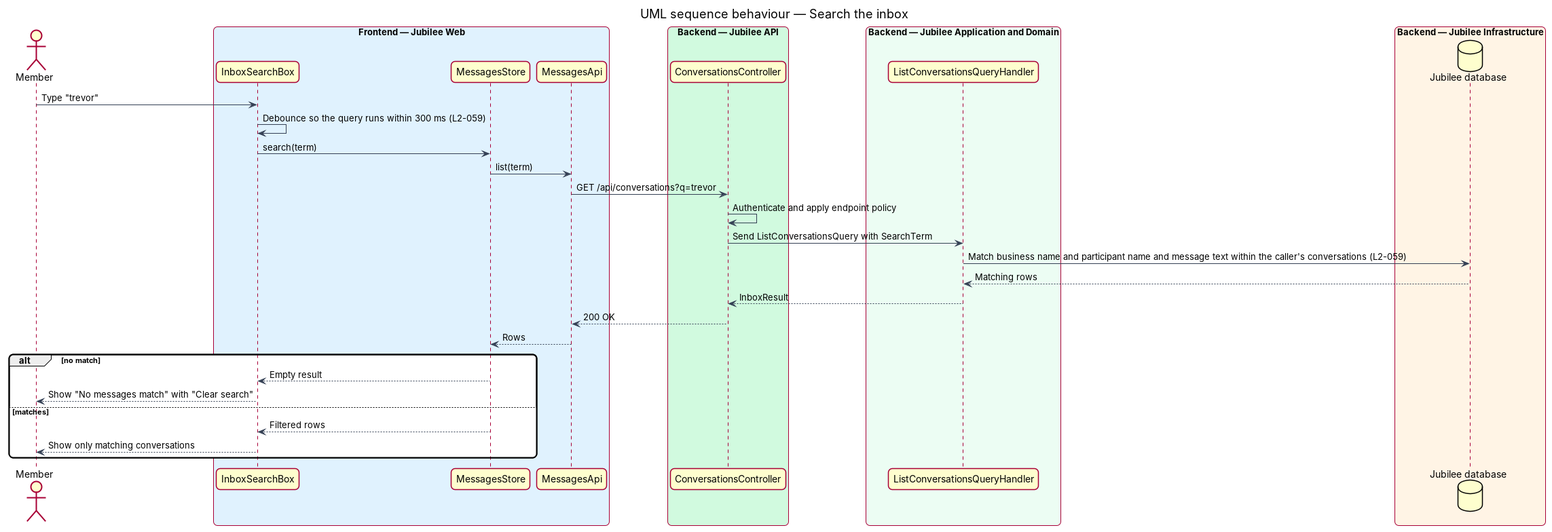
Above: docs/detailed-designs/messaging/read-inbox/diagrams/sequence-search-inbox.png in QuinntyneBrown/jubilee (PlantUML), before the change. Its source is kept beside it as docs/detailed-designs/messaging/read-inbox/diagrams/sequence-search-inbox.puml. Source of this version:
```plantuml
@startuml
title UML sequence behaviour — Search the inbox
skinparam backgroundColor #FFFFFF
skinparam shadowing false
skinparam roundcorner 12
skinparam defaultFontName Arial
skinparam ArrowColor #344054
skinparam rectangle {
  BorderColor #344054
  FontColor #101828
}
skinparam package {
  BorderColor #667085
  FontColor #101828
  BackgroundColor #F9FAFB
}
actor "Member" as member
box "Frontend — Jubilee Web" #E0F2FE
  participant "InboxSearchBox" as search
  participant "MessagesStore" as store
  participant "MessagesApi" as client
end box
box "Backend — Jubilee API" #D1FADF
  participant "ConversationsController" as controller
end box
box "Backend — Jubilee Application and Domain" #ECFDF3
  participant "ListConversationsQueryHandler" as handler
end box
box "Backend — Jubilee Infrastructure" #FFF4E5
  database "Jubilee database" as db
end box
member -> search : Type "trevor"
search -> search : Debounce so the query runs within 300 ms (L2-059)
search -> store : search(term)
store -> client : list(term)
client -> controller : GET /api/conversations?q=trevor
controller -> controller : Authenticate and apply endpoint policy
controller -> handler : Send ListConversationsQuery with SearchTerm
handler -> db : Match business name and participant name and message text within the caller's conversations (L2-059)
db --> handler : Matching rows
handler --> controller : InboxResult
controller --> client : 200 OK
client --> store : Rows
alt no match
  store --> search : Empty result
  search --> member : Show "No messages match" with "Clear search"
else matches
  store --> search : Filtered rows
  search --> member : Show only matching conversations
end
@enduml
```
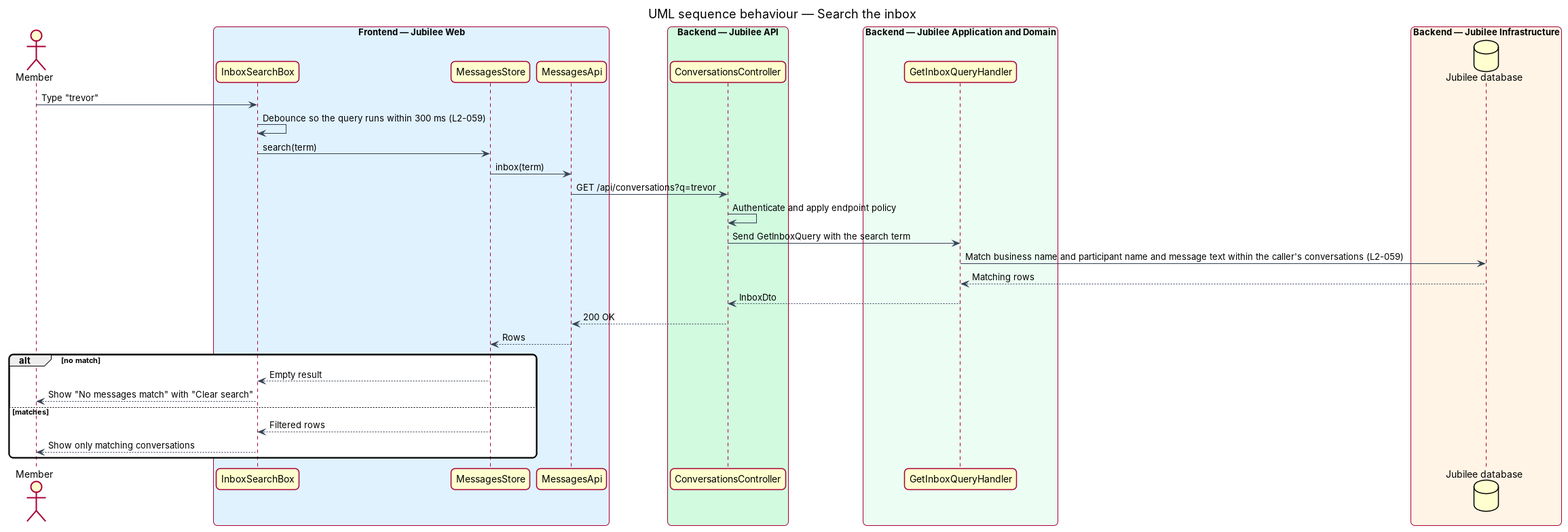
The same file after the commit.

Diff of the diagram source:
```diff
@@ -24,7 +24,7 @@
   participant "ConversationsController" as controller
 end box
 box "Backend — Jubilee Application and Domain" #ECFDF3
-  participant "ListConversationsQueryHandler" as handler
+  participant "GetInboxQueryHandler" as handler
 end box
 box "Backend — Jubilee Infrastructure" #FFF4E5
   database "Jubilee database" as db
@@ -32,13 +32,13 @@
 member -> search : Type "trevor"
 search -> search : Debounce so the query runs within 300 ms (L2-059)
 search -> store : search(term)
-store -> client : list(term)
+store -> client : inbox(term)
 client -> controller : GET /api/conversations?q=trevor
 controller -> controller : Authenticate and apply endpoint policy
-controller -> handler : Send ListConversationsQuery with SearchTerm
+controller -> handler : Send GetInboxQuery with the search term
 handler -> db : Match business name and participant name and message text within the caller's conversations (L2-059)
 db --> handler : Matching rows
-handler --> controller : InboxResult
+handler --> controller : InboxDto
 controller --> client : 200 OK
 client --> store : Rows
 alt no match
```
